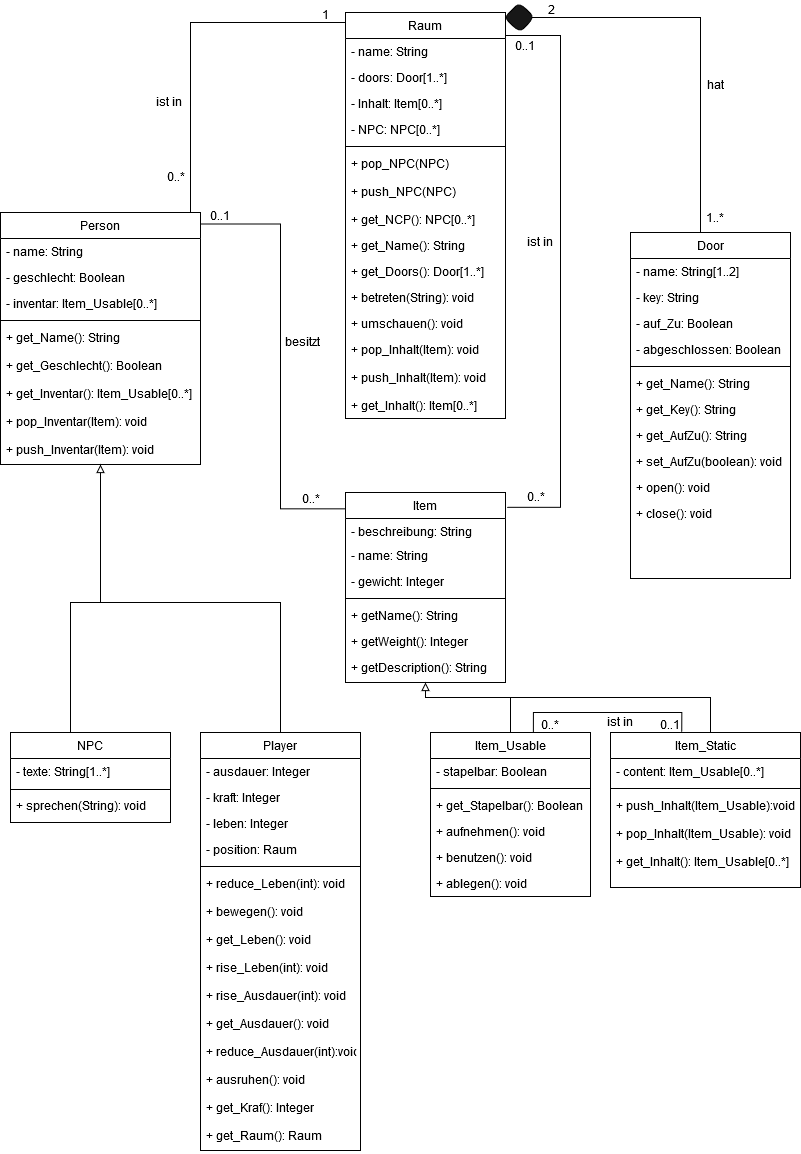
Elegond/AE-Text-Adventure keeps this draw.io diagram as Klassendiagram.png. Above is the earlier version. Source tidied: cells renumbered, new cells last; positions are measured from the earlier drawing's top-left corner, leaving out a move shared by most shapes.
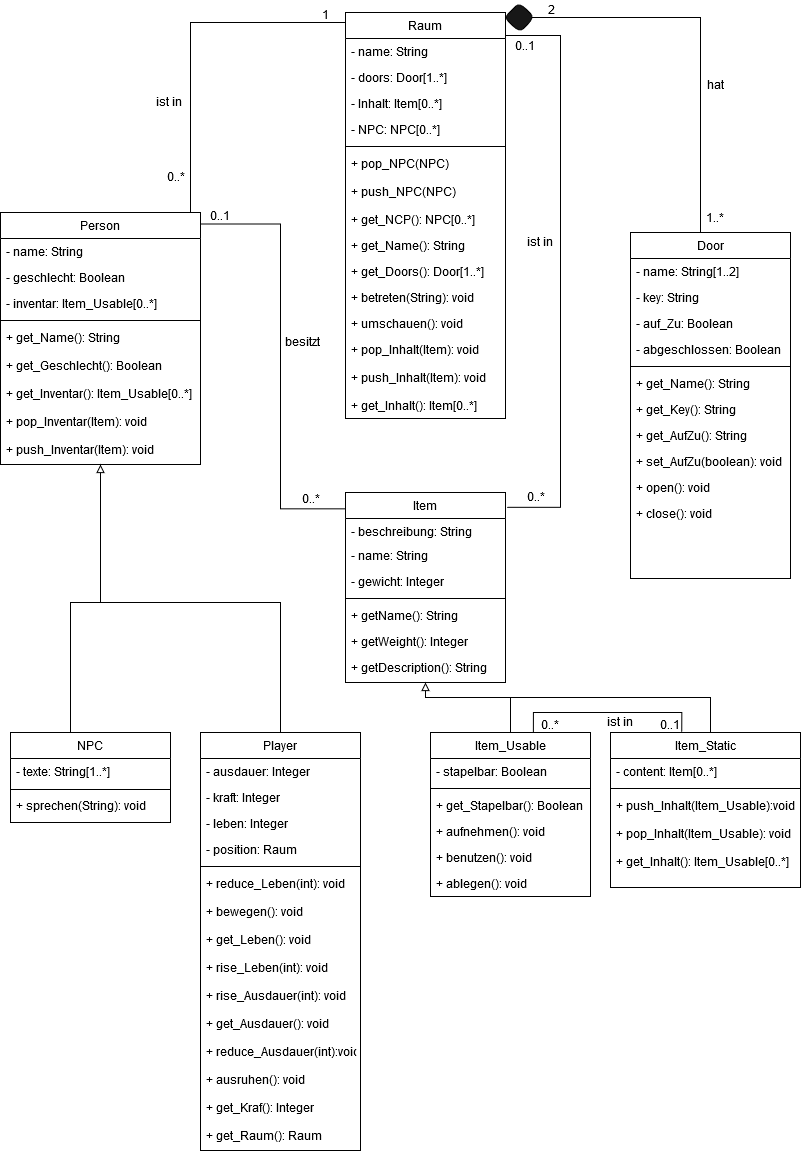
After the commit.

Diff of the diagram source:
```diff
@@ -142,7 +142,7 @@
     <mxCell id="40" value="Item_Static" style="swimlane;fontStyle=0;align=center;verticalAlign=top;horizontal=1;startSize=26;rounded=0;shadow=0;strokeWidth=1;" parent="1" vertex="1">
       <mxGeometry x="610" y="732" width="190" height="155" as="geometry" />
     </mxCell>
-    <mxCell id="41" value="- content: Item_Usable[0..*]" style="text;align=left;verticalAlign=top;spacingLeft=4;spacingRight=4;overflow=hidden;rounded=0;shadow=0;html=0;" parent="40" vertex="1">
+    <mxCell id="41" value="- content: Item[0..*]" style="text;align=left;verticalAlign=top;spacingLeft=4;spacingRight=4;overflow=hidden;rounded=0;shadow=0;html=0;" parent="40" vertex="1">
       <mxGeometry y="26" width="190" height="26" as="geometry" />
     </mxCell>
     <mxCell id="42" style="line;html=1;strokeWidth=1;align=left;verticalAlign=middle;spacingTop=-1;spacingLeft=3;spacingRight=3;labelPosition=right;" parent="40" vertex="1">
```
